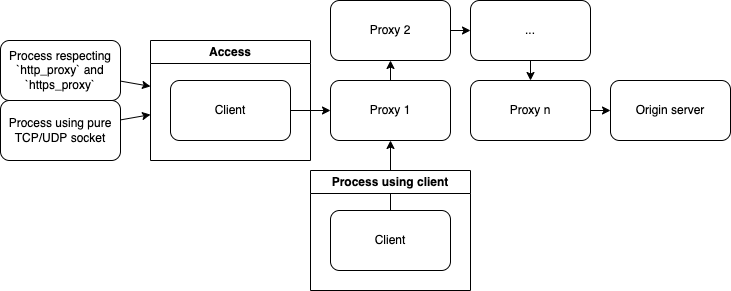
This is img/arch.drawio.png from Banyc/proxy, a draw.io export, as it was before one commit. Source tidied: cells renumbered, new cells last; positions are measured from the earlier drawing's top-left corner, leaving out a move shared by most shapes.
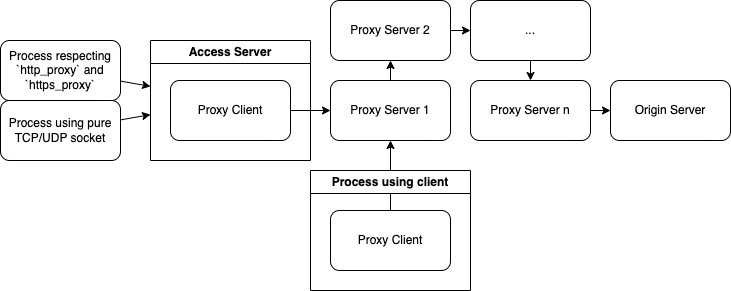
The same file after the commit.

What changed in the source:
```diff
@@ -2,31 +2,31 @@
   <root>
     <mxCell id="0" />
     <mxCell id="1" parent="0" />
-    <mxCell id="2" value="Access" style="swimlane;whiteSpace=wrap;html=1;" parent="1" vertex="1">
+    <mxCell id="2" value="Access Server" style="swimlane;whiteSpace=wrap;html=1;" parent="1" vertex="1">
       <mxGeometry x="150" y="40" width="160" height="120" as="geometry" />
     </mxCell>
-    <mxCell id="3" value="Client" style="rounded=1;whiteSpace=wrap;html=1;" parent="2" vertex="1">
+    <mxCell id="3" value="Proxy Client" style="rounded=1;whiteSpace=wrap;html=1;" parent="2" vertex="1">
       <mxGeometry x="20" y="40" width="120" height="60" as="geometry" />
     </mxCell>
     <mxCell id="4" style="edgeStyle=none;html=1;" parent="1" edge="1" source="5" target="7">
       <mxGeometry relative="1" as="geometry" />
     </mxCell>
-    <mxCell id="5" value="Proxy 1" style="rounded=1;whiteSpace=wrap;html=1;" parent="1" vertex="1">
+    <mxCell id="5" value="Proxy Server 1" style="rounded=1;whiteSpace=wrap;html=1;" parent="1" vertex="1">
       <mxGeometry x="330" y="80" width="120" height="60" as="geometry" />
     </mxCell>
     <mxCell id="6" style="edgeStyle=none;html=1;" parent="1" edge="1" source="7" target="13">
       <mxGeometry relative="1" as="geometry" />
     </mxCell>
-    <mxCell id="7" value="Proxy 2" style="rounded=1;whiteSpace=wrap;html=1;" parent="1" vertex="1">
+    <mxCell id="7" value="Proxy Server 2" style="rounded=1;whiteSpace=wrap;html=1;" parent="1" vertex="1">
       <mxGeometry x="330" width="120" height="60" as="geometry" />
     </mxCell>
     <mxCell id="8" style="edgeStyle=none;html=1;" parent="1" edge="1" source="9" target="10">
       <mxGeometry relative="1" as="geometry" />
     </mxCell>
-    <mxCell id="9" value="Proxy n" style="rounded=1;whiteSpace=wrap;html=1;" parent="1" vertex="1">
+    <mxCell id="9" value="Proxy Server n" style="rounded=1;whiteSpace=wrap;html=1;" parent="1" vertex="1">
       <mxGeometry x="470" y="80" width="120" height="60" as="geometry" />
     </mxCell>
-    <mxCell id="10" value="Origin server" style="rounded=1;whiteSpace=wrap;html=1;" parent="1" vertex="1">
+    <mxCell id="10" value="Origin Server" style="rounded=1;whiteSpace=wrap;html=1;" parent="1" vertex="1">
       <mxGeometry x="610" y="80" width="120" height="60" as="geometry" />
     </mxCell>
     <mxCell id="11" style="edgeStyle=none;html=1;" parent="1" edge="1" source="3" target="5">
@@ -50,7 +50,7 @@
     <mxCell id="17" value="Process using client" style="swimlane;whiteSpace=wrap;html=1;" parent="1" vertex="1">
       <mxGeometry x="310" y="170" width="160" height="120" as="geometry" />
     </mxCell>
-    <mxCell id="18" value="Client" style="rounded=1;whiteSpace=wrap;html=1;" parent="17" vertex="1">
+    <mxCell id="18" value="Proxy Client" style="rounded=1;whiteSpace=wrap;html=1;" parent="17" vertex="1">
       <mxGeometry x="20" y="40" width="120" height="60" as="geometry" />
     </mxCell>
     <mxCell id="19" style="edgeStyle=none;html=1;" parent="1" edge="1" source="20" target="2">
```
